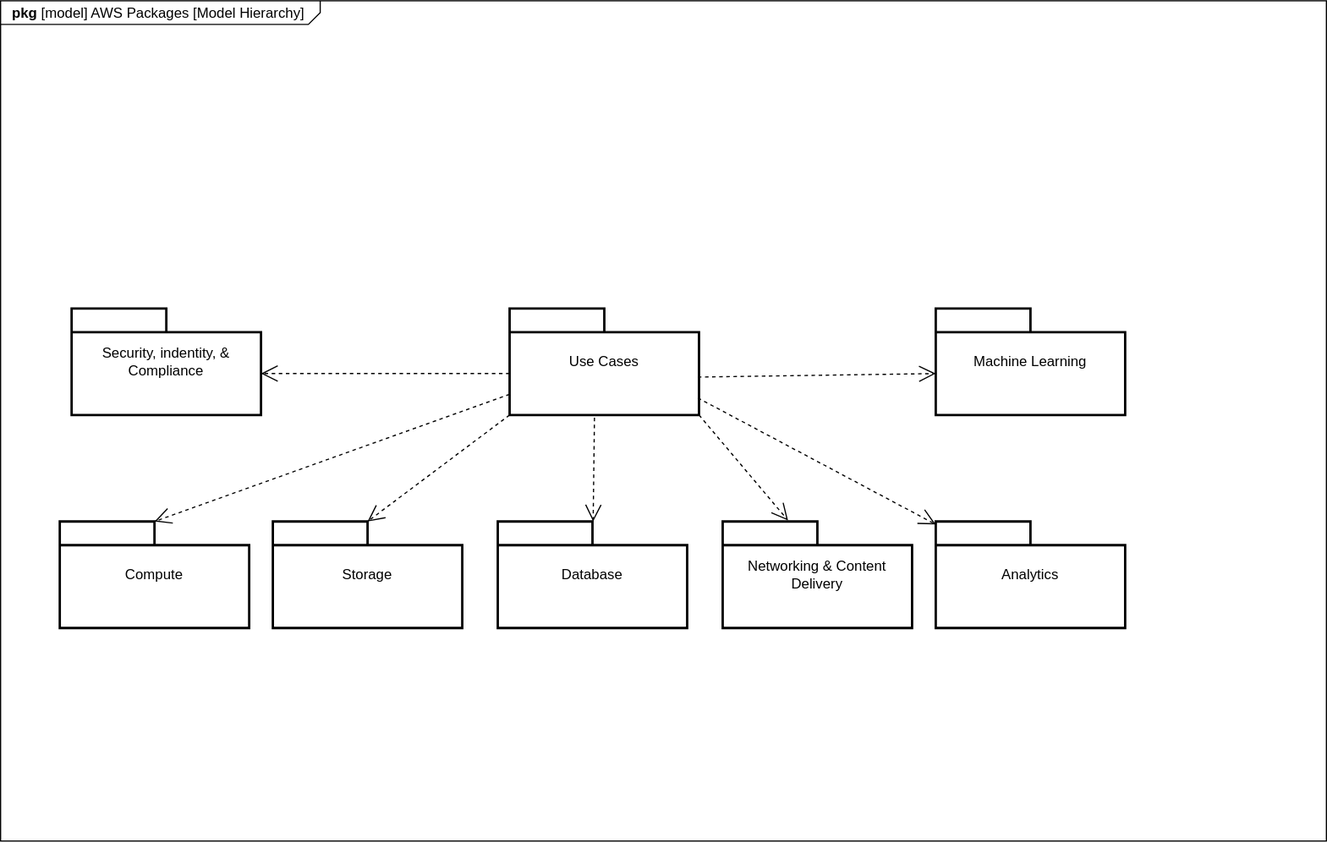
Earlier version of the draw.io export AWS Packages/AWS Packages.svg (JeffreyWerth/AWS-Architecture-Model-Repository). Source tidied: cells renumbered, new cells last; positions are measured from the earlier drawing's top-left corner, leaving out a move shared by most shapes.
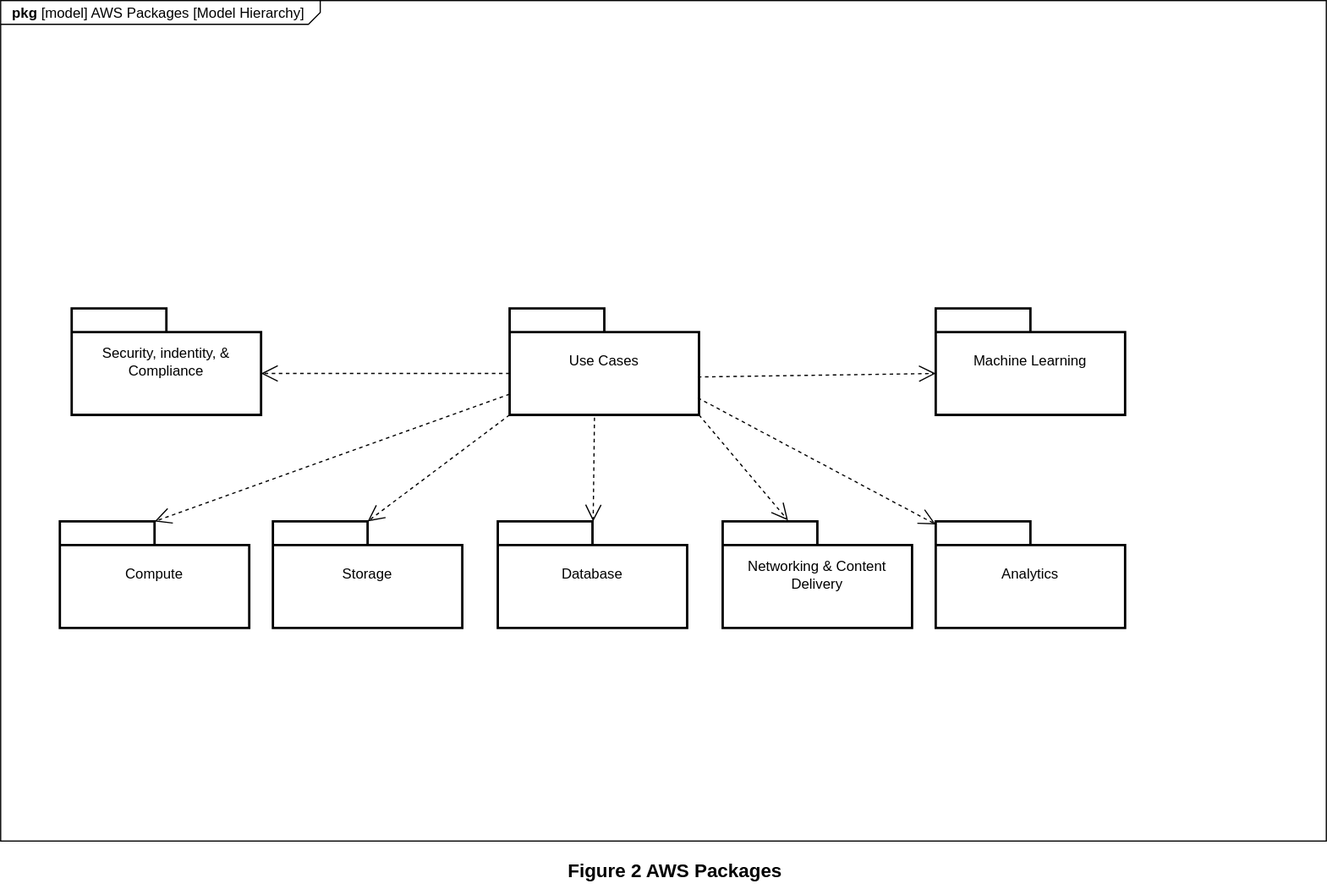
Above is the later version.

Commit message:
Annotated Figure 2

The edit, as a diff of the source:
```diff
@@ -50,5 +50,8 @@
     <mxCell id="17" style="edgeStyle=none;html=1;endArrow=open;endSize=12;dashed=1;verticalAlign=bottom;rounded=0;entryX=0;entryY=0;entryDx=0;entryDy=55;entryPerimeter=0;exitX=0.994;exitY=0.644;exitDx=0;exitDy=0;exitPerimeter=0;" parent="1" edge="1" source="6" target="9">
       <mxGeometry relative="1" as="geometry" />
     </mxCell>
+    <mxCell id="18" value="&lt;font style=&quot;font-size: 16px;&quot;&gt;Figure 2 AWS Packages&lt;/font&gt;" style="text;html=1;strokeColor=none;fillColor=none;align=center;verticalAlign=middle;whiteSpace=wrap;rounded=0;fontStyle=1;fontSize=16;" parent="1" vertex="1">
+      <mxGeometry x="450" y="720" width="240" height="30" as="geometry" />
+    </mxCell>
   </root>
 </mxGraphModel>
```
